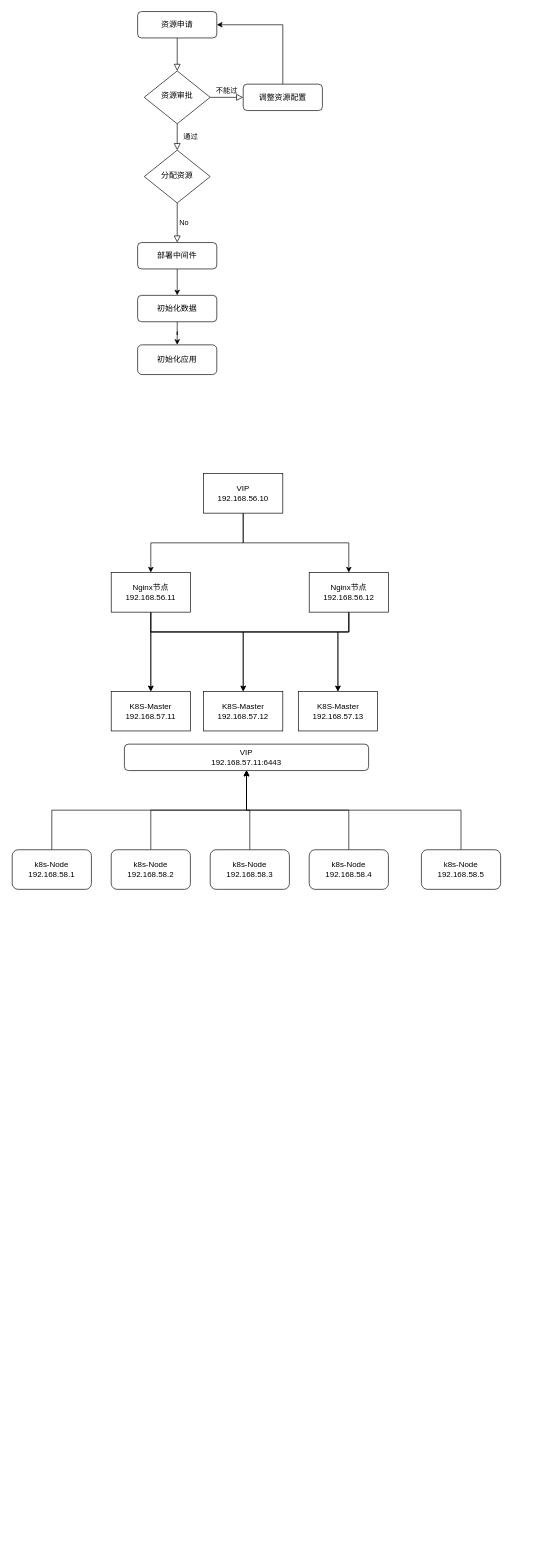
Earlier version of the draw.io diagram 精卫助手.drawio (Snuger/draw). Source tidied: cells renumbered, new cells numbered last; positions are measured from the earlier drawing's top-left corner, leaving out a move shared by most shapes. Both pictures are drawn from the tidied source at 66%, with x=0, y=0 at pixel (12, 11).
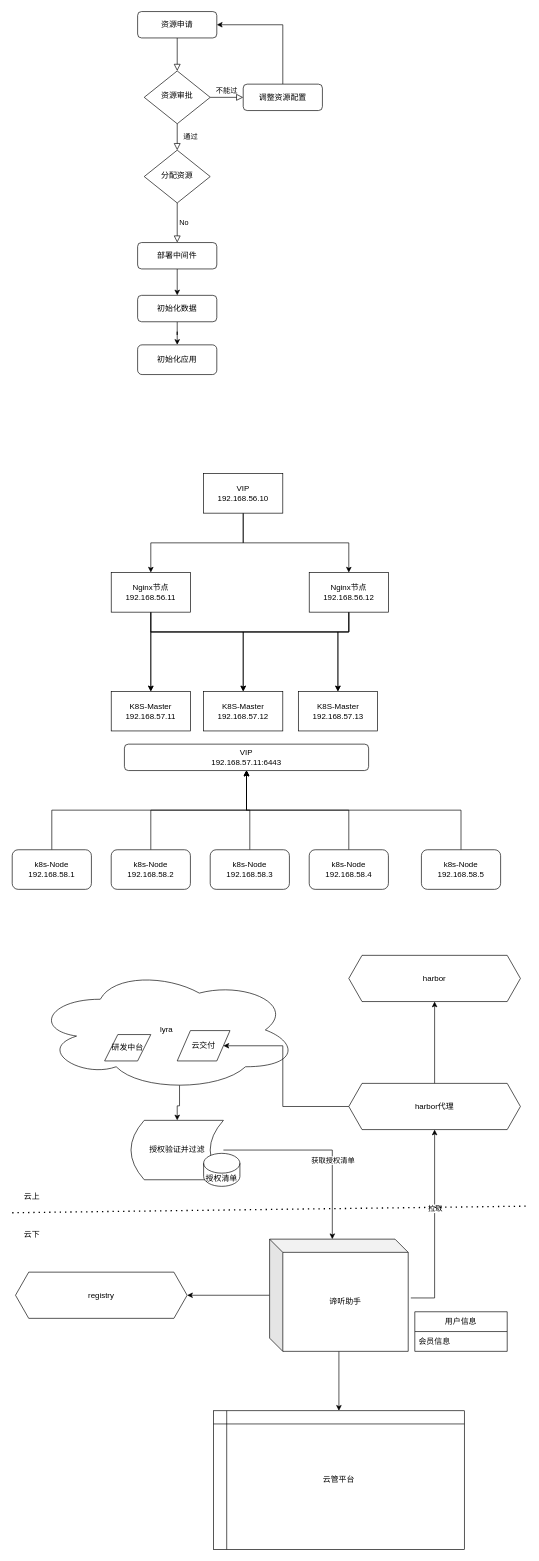
After the change.

Commit message:
更新精卫助手.drawio

Change to the diagram source:
```diff
@@
+    <mxCell id="41" style="edgeStyle=orthogonalEdgeStyle;rounded=0;jettySize=auto;html=1;exitX=0.55;exitY=0.95;exitDx=0;exitDy=0;exitPerimeter=0;" parent="1" edge="1" source="42" target="53">
+      <mxGeometry relative="1" as="geometry" />
+    </mxCell>
+    <mxCell id="42" value="lyra" style="ellipse;shape=cloud;whiteSpace=wrap;html=1;" parent="1" vertex="1">
+      <mxGeometry x="33.5" y="1450" width="400" height="186" as="geometry" />
+    </mxCell>
+    <mxCell id="43" value="研发中台" style="shape=parallelogram;perimeter=parallelogramPerimeter;whiteSpace=wrap;html=1;fixedSize=1;" parent="1" vertex="1">
+      <mxGeometry x="140" y="1550" width="70" height="40" as="geometry" />
+    </mxCell>
+    <mxCell id="44" value="云交付" style="shape=parallelogram;perimeter=parallelogramPerimeter;whiteSpace=wrap;html=1;fixedSize=1;" parent="1" vertex="1">
+      <mxGeometry x="250" y="1544" width="80" height="46" as="geometry" />
+    </mxCell>
+    <mxCell id="45" style="edgeStyle=orthogonalEdgeStyle;rounded=0;jettySize=auto;html=1;entryX=0.5;entryY=1;entryDx=0;entryDy=0;" parent="1" edge="1" source="47" target="64">
+      <mxGeometry relative="1" as="geometry" />
+    </mxCell>
+    <mxCell id="46" style="edgeStyle=orthogonalEdgeStyle;rounded=0;jettySize=auto;html=1;entryX=1;entryY=0.5;entryDx=0;entryDy=0;" parent="1" edge="1" source="47" target="44">
+      <mxGeometry relative="1" as="geometry">
+        <Array as="points">
+          <mxPoint x="410" y="1659" />
+          <mxPoint x="410" y="1567" />
+        </Array>
+      </mxGeometry>
+    </mxCell>
+    <mxCell id="47" value="harbor代理" style="shape=hexagon;perimeter=hexagonPerimeter2;whiteSpace=wrap;html=1;fixedSize=1;" parent="1" vertex="1">
+      <mxGeometry x="510" y="1624" width="260" height="70" as="geometry" />
+    </mxCell>
+    <mxCell id="48" style="edgeStyle=orthogonalEdgeStyle;rounded=0;jettySize=auto;html=1;" parent="1" edge="1" source="52" target="56">
+      <mxGeometry relative="1" as="geometry" />
+    </mxCell>
+    <mxCell id="49" style="edgeStyle=orthogonalEdgeStyle;rounded=0;jettySize=auto;html=1;entryX=1;entryY=0.5;entryDx=0;entryDy=0;" parent="1" edge="1" source="52" target="58">
+      <mxGeometry relative="1" as="geometry" />
+    </mxCell>
+    <mxCell id="50" style="edgeStyle=orthogonalEdgeStyle;rounded=0;jettySize=auto;html=1;entryX=0.5;entryY=1;entryDx=0;entryDy=0;exitX=1.019;exitY=0.524;exitDx=0;exitDy=0;exitPerimeter=0;" parent="1" edge="1" source="52" target="47">
+      <mxGeometry relative="1" as="geometry">
+        <Array as="points">
+          <mxPoint x="640" y="1949" />
+        </Array>
+      </mxGeometry>
+    </mxCell>
+    <mxCell id="51" value="拉取" style="edgeLabel;html=1;align=center;verticalAlign=middle;" parent="50" vertex="1">
+      <mxGeometry x="0.18" relative="1" as="geometry" />
+    </mxCell>
+    <mxCell id="52" value="谛听助手" style="shape=cube;whiteSpace=wrap;html=1;boundedLbl=1;backgroundOutline=1;darkOpacity=0.05;darkOpacity2=0.1;" parent="1" vertex="1">
+      <mxGeometry x="390" y="1860" width="210" height="170" as="geometry" />
+    </mxCell>
+    <mxCell id="53" value="授权验证并过滤" style="shape=dataStorage;whiteSpace=wrap;html=1;fixedSize=1;" parent="1" vertex="1">
+      <mxGeometry x="180" y="1680" width="140" height="90" as="geometry" />
+    </mxCell>
+    <mxCell id="54" style="edgeStyle=orthogonalEdgeStyle;rounded=0;jettySize=auto;html=1;entryX=0;entryY=0;entryDx=95;entryDy=0;entryPerimeter=0;" parent="1" edge="1" source="53" target="52">
+      <mxGeometry relative="1" as="geometry" />
+    </mxCell>
+    <mxCell id="55" value="获取授权清单" style="edgeLabel;html=1;align=center;verticalAlign=middle;" parent="54" vertex="1">
+      <mxGeometry x="0.2" relative="1" as="geometry" />
+    </mxCell>
+    <mxCell id="56" value="云管平台" style="shape=internalStorage;whiteSpace=wrap;html=1;backgroundOutline=1;" parent="1" vertex="1">
+      <mxGeometry x="305" y="2120" width="380" height="210" as="geometry" />
+    </mxCell>
+    <mxCell id="57" style="endArrow=none;dashed=1;html=1;dashPattern=1 3;strokeWidth=2;rounded=0;" parent="1" edge="1">
+      <mxGeometry relative="1" as="geometry">
+        <mxPoint y="1820" as="sourcePoint" />
+        <mxPoint x="780" y="1810" as="targetPoint" />
+      </mxGeometry>
+    </mxCell>
+    <mxCell id="58" value="registry" style="shape=hexagon;perimeter=hexagonPerimeter2;whiteSpace=wrap;html=1;fixedSize=1;" parent="1" vertex="1">
+      <mxGeometry x="5" y="1910" width="260" height="70" as="geometry" />
+    </mxCell>
+    <mxCell id="59" value="云下" style="text;html=1;align=center;verticalAlign=middle;whiteSpace=wrap;rounded=0;" parent="1" vertex="1">
+      <mxGeometry y="1838" width="60" height="30" as="geometry" />
+    </mxCell>
+    <mxCell id="60" value="云上" style="text;html=1;align=center;verticalAlign=middle;whiteSpace=wrap;rounded=0;" parent="1" vertex="1">
+      <mxGeometry y="1780" width="60" height="30" as="geometry" />
+    </mxCell>
+    <mxCell id="61" value="授权清单" style="shape=cylinder3;whiteSpace=wrap;html=1;boundedLbl=1;backgroundOutline=1;size=15;" parent="1" vertex="1">
+      <mxGeometry x="290" y="1730" width="55" height="50" as="geometry" />
+    </mxCell>
+    <mxCell id="62" value="用户信息" style="swimlane;fontStyle=0;horizontal=1;startSize=30;whiteSpace=wrap;html=1;" parent="1" vertex="1">
+      <mxGeometry x="610" y="1970" width="140" height="60" as="geometry" />
+    </mxCell>
+    <mxCell id="63" value="会员信息" style="text;strokeColor=none;fillColor=none;align=left;verticalAlign=middle;spacingLeft=4;spacingRight=4;overflow=hidden;whiteSpace=wrap;html=1;" parent="62" vertex="1">
+      <mxGeometry y="30" width="140" height="30" as="geometry" />
+    </mxCell>
+    <mxCell id="64" value="harbor" style="shape=hexagon;perimeter=hexagonPerimeter2;whiteSpace=wrap;html=1;fixedSize=1;" parent="1" vertex="1">
+      <mxGeometry x="510" y="1430" width="260" height="70" as="geometry" />
+    </mxCell>
```
